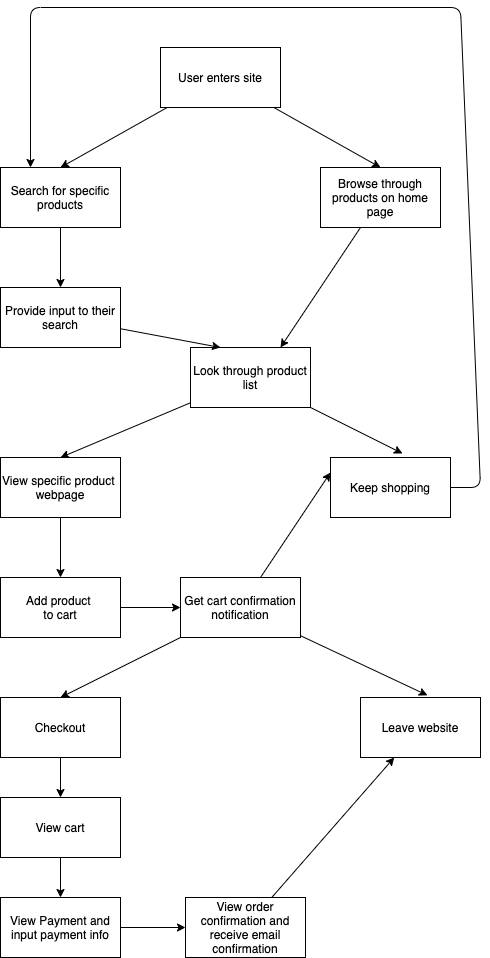
Before: expose/diagramming/diagram.drawio.png, a diagram exported from draw.io (afacade/sp24-cse110-lab4). Source tidied: cells renumbered, new cells last; positions are measured from the earlier drawing's top-left corner, leaving out a move shared by most shapes.
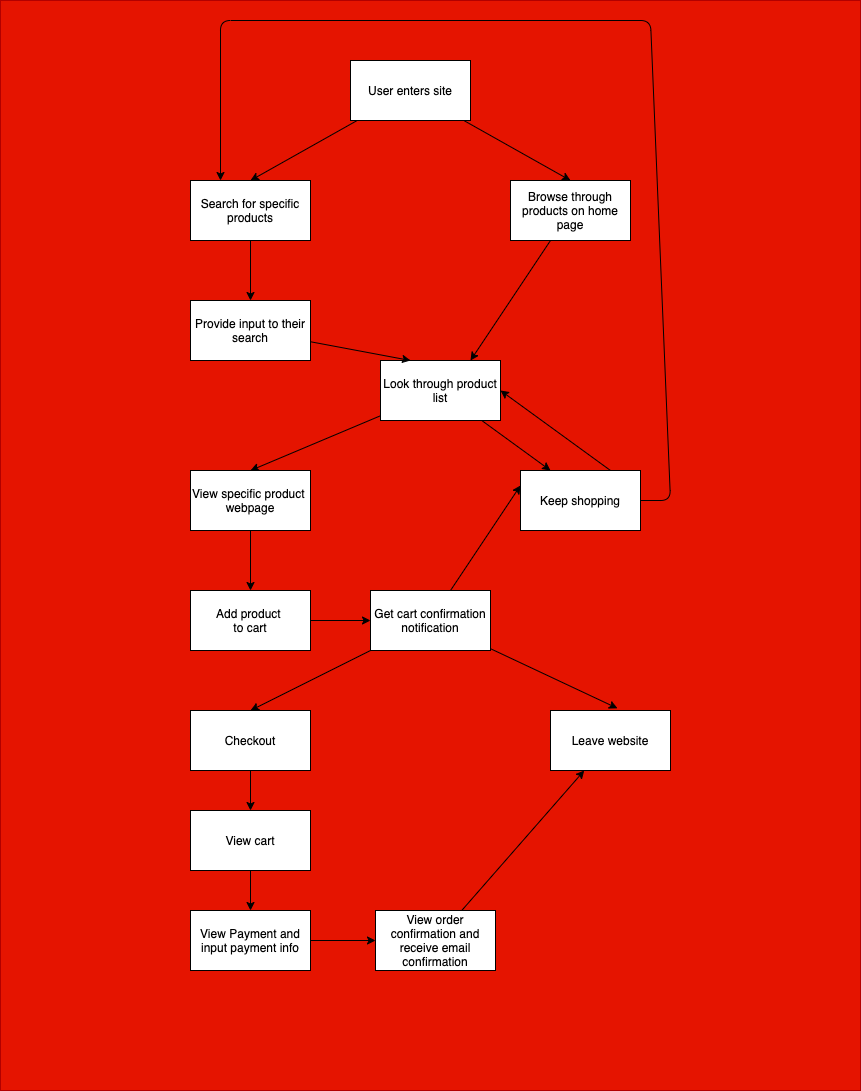
Above is the later version.

The edit, as a diff of the source:
```diff
@@ -2,6 +2,9 @@
   <root>
     <mxCell id="0" />
     <mxCell id="1" parent="0" />
+    <mxCell id="33" style="rounded=0;whiteSpace=wrap;html=1;fillColor=#e51400;strokeColor=#B20000;fontColor=#ffffff;" parent="1" vertex="1">
+      <mxGeometry x="-190" y="-20" width="860" height="1090" as="geometry" />
+    </mxCell>
     <mxCell id="2" style="edgeStyle=none;html=1;entryX=0.5;entryY=0;entryDx=0;entryDy=0;" parent="1" edge="1" source="4" target="6">
       <mxGeometry relative="1" as="geometry" />
     </mxCell>
@@ -26,7 +29,7 @@
     <mxCell id="9" style="edgeStyle=none;html=1;entryX=0.5;entryY=0;entryDx=0;entryDy=0;" parent="1" edge="1" source="11" target="17">
       <mxGeometry relative="1" as="geometry" />
     </mxCell>
-    <mxCell id="10" style="edgeStyle=none;html=1;entryX=0.6;entryY=-0.067;entryDx=0;entryDy=0;entryPerimeter=0;" parent="1" edge="1" source="11" target="15">
+    <mxCell id="10" style="edgeStyle=none;html=1;entryX=0.25;entryY=0;entryDx=0;entryDy=0;" parent="1" edge="1" source="11" target="15">
       <mxGeometry relative="1" as="geometry" />
     </mxCell>
     <mxCell id="11" value="Look through product list" style="rounded=0;whiteSpace=wrap;html=1;" parent="1" vertex="1">
@@ -47,6 +50,9 @@
         </Array>
       </mxGeometry>
     </mxCell>
+    <mxCell id="34" style="edgeStyle=none;html=1;entryX=1;entryY=0.5;entryDx=0;entryDy=0;exitX=0.75;exitY=0;exitDx=0;exitDy=0;" parent="1" edge="1" source="15" target="11">
+      <mxGeometry relative="1" as="geometry" />
+    </mxCell>
     <mxCell id="15" value="Keep shopping" style="rounded=0;whiteSpace=wrap;html=1;" parent="1" vertex="1">
       <mxGeometry x="330" y="450" width="120" height="60" as="geometry" />
     </mxCell>
```
